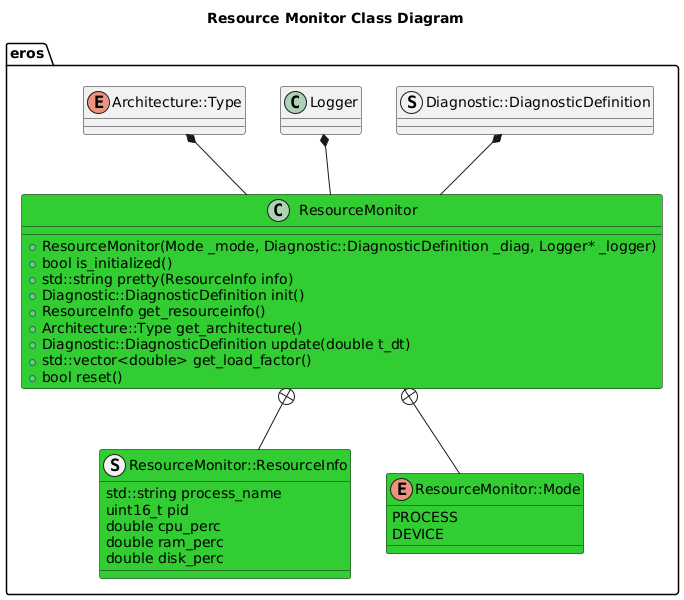
Before: include/eros/doc/output/ResourceMonitorClassDiagram.png, a diagram exported from PlantUML (dgitz/eros).
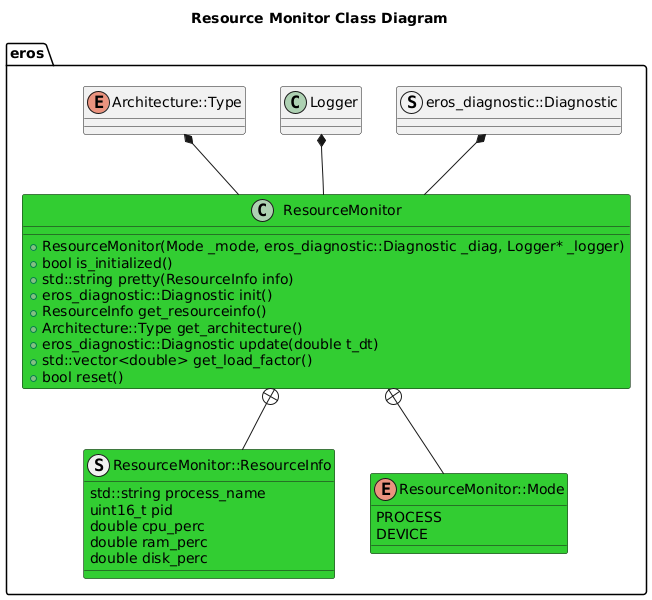
After the change.

Change to the diagram source:
```diff
@@ -5,7 +5,7 @@
     struct ResourceMonitor::ResourceInfo
     enum ResourceMonitor::Mode
     together {
-        struct Diagnostic::DiagnosticDefinition
+        struct eros_diagnostic::Diagnostic
         class Logger
         enum Architecture::Type
     }
@@ -13,7 +13,7 @@
     ResourceMonitor +-- ResourceMonitor::Mode
     Logger *-- ResourceMonitor
     Architecture::Type *-- ResourceMonitor
-    Diagnostic::DiagnosticDefinition *-- ResourceMonitor
+    eros_diagnostic::Diagnostic *-- ResourceMonitor
     struct ResourceMonitor::ResourceInfo #LimeGreen {
         std::string process_name
         uint16_t pid
@@ -26,13 +26,13 @@
         DEVICE
     }
     class ResourceMonitor #LimeGreen {
-        +ResourceMonitor(Mode _mode, Diagnostic::DiagnosticDefinition _diag, Logger* _logger)
+        +ResourceMonitor(Mode _mode, eros_diagnostic::Diagnostic _diag, Logger* _logger)
         +bool is_initialized()
         +std::string pretty(ResourceInfo info)
-        +Diagnostic::DiagnosticDefinition init()
+        +eros_diagnostic::Diagnostic init()
         +ResourceInfo get_resourceinfo()
         +Architecture::Type get_architecture()
-        +Diagnostic::DiagnosticDefinition update(double t_dt)
+        +eros_diagnostic::Diagnostic update(double t_dt)
         +std::vector<double> get_load_factor()
         +bool reset()
 
```
